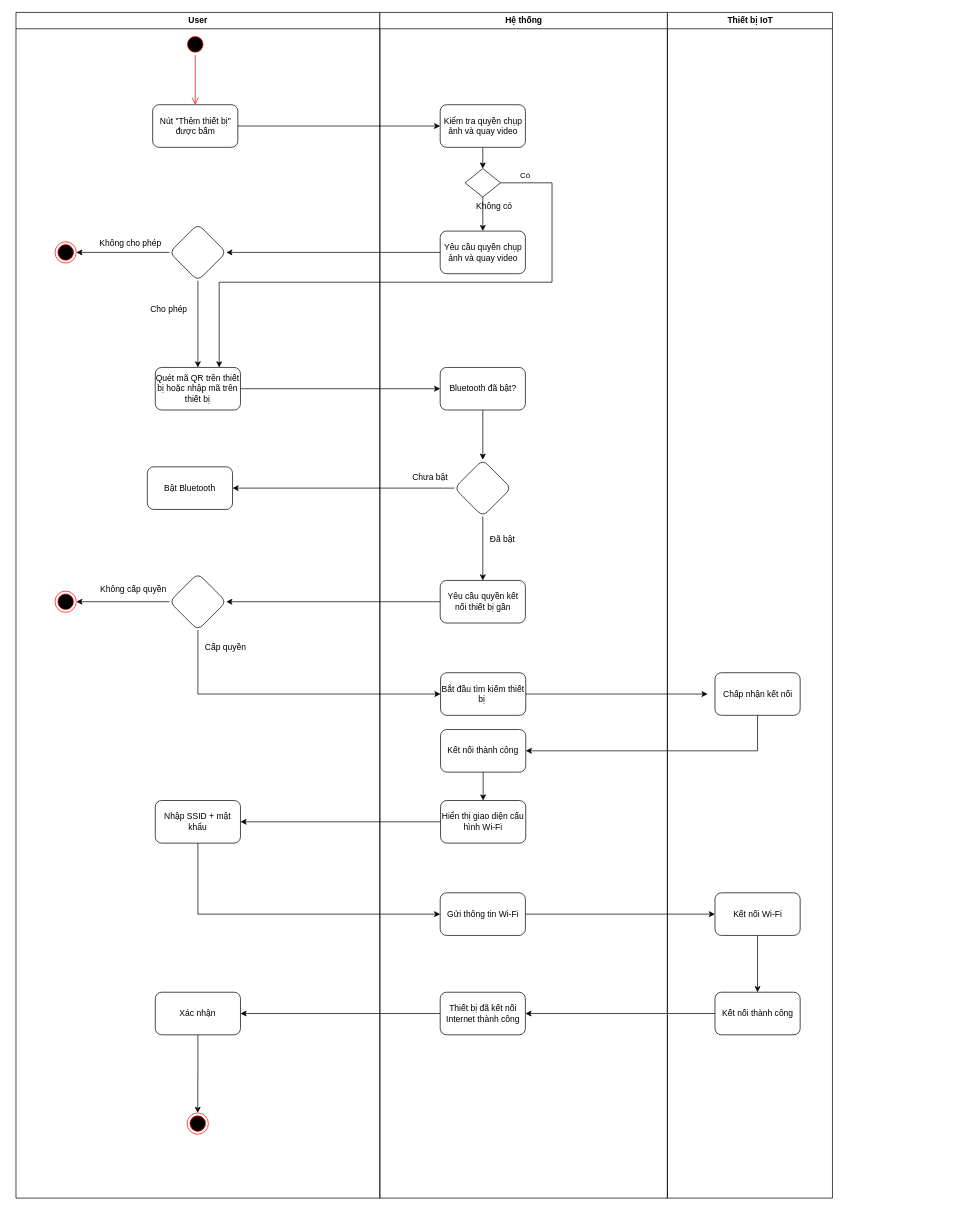
Above: Activity diagram/add_device.drawio in cuongceg/BTL-IT3120 (draw.io), before the change. Source tidied: cells renumbered, new cells numbered last; positions are measured from the earlier drawing's top-left corner, leaving out a move shared by most shapes. Both pictures are drawn from the tidied source at 71%, with x=0, y=0 at pixel (16, 12).
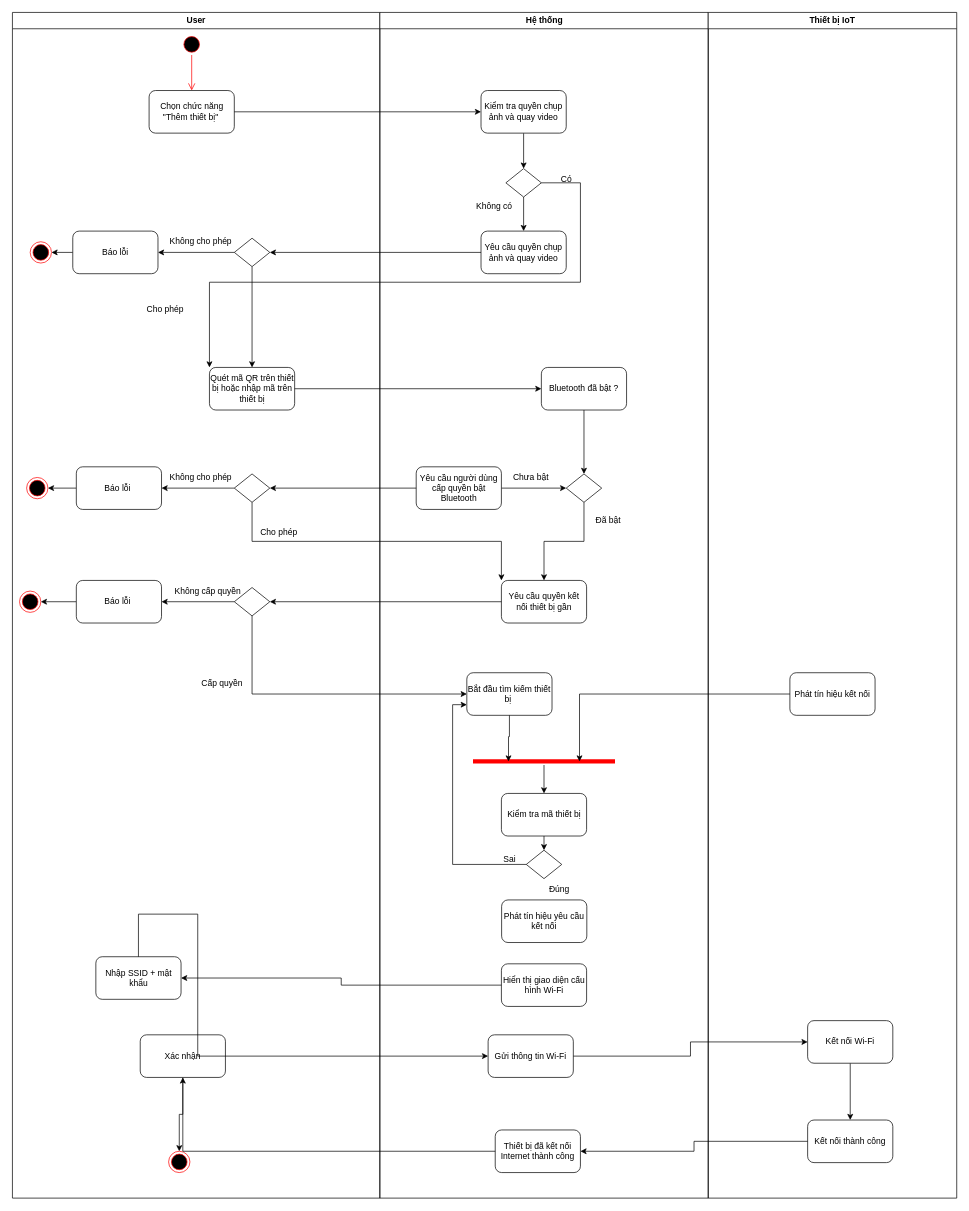
After the change.

Commit message:
Cập nhật add_device.drawio

Diff of the diagram source:
```diff
@@
     <mxCell id="2" value="User" style="swimlane;whiteSpace=wrap;html=1;" parent="1" vertex="1">
-      <mxGeometry width="512.5" height="1670" as="geometry" />
+      <mxGeometry x="-5" width="517.5" height="1670" as="geometry" />
     </mxCell>
@@
-    <mxCell id="5" value="Nút &quot;Thêm thiết bị&quot; được bấm" style="rounded=1;whiteSpace=wrap;html=1;" parent="2" vertex="1">
-      <mxGeometry x="192.5" y="130" width="120" height="60" as="geometry" />
+    <mxCell id="5" value="Chọn chức năng &quot;Thêm thiết bị&quot;&amp;nbsp;" style="rounded=1;whiteSpace=wrap;html=1;" parent="2" vertex="1">
+      <mxGeometry x="192.5" y="110" width="120" height="60" as="geometry" />
     </mxCell>
-    <mxCell id="6" style="edgeStyle=orthogonalEdgeStyle;rounded=0;jettySize=auto;html=1;" parent="2" edge="1" source="8" target="9">
+    <mxCell id="6" style="edgeStyle=orthogonalEdgeStyle;rounded=0;jettySize=auto;html=1;exitX=0.5;exitY=1;exitDx=0;exitDy=0;" parent="2" edge="1" source="64" target="9">
       <mxGeometry relative="1" as="geometry" />
     </mxCell>
-    <mxCell id="7" style="edgeStyle=orthogonalEdgeStyle;rounded=0;jettySize=auto;html=1;exitX=0;exitY=0.5;exitDx=0;exitDy=0;entryX=1;entryY=0.5;entryDx=0;entryDy=0;" parent="2" edge="1" source="8" target="10">
-      <mxGeometry relative="1" as="geometry" />
-    </mxCell>
-    <mxCell id="8" style="rhombus;whiteSpace=wrap;html=1;rounded=1;" parent="2" vertex="1">
-      <mxGeometry x="216.2" y="298" width="80" height="80" as="geometry" />
-    </mxCell>
     <mxCell id="9" value="Quét mã QR trên thiết bị hoặc nhập mã trên thiết bị" style="whiteSpace=wrap;html=1;rounded=1;" parent="2" vertex="1">
-      <mxGeometry x="196.2" y="500" width="120" height="60" as="geometry" />
+      <mxGeometry x="277.5" y="500" width="120" height="60" as="geometry" />
     </mxCell>
     <mxCell id="10" style="ellipse;html=1;shape=endState;fillColor=#000000;strokeColor=#ff0000;" parent="2" vertex="1">
-      <mxGeometry x="55" y="323" width="30" height="30" as="geometry" />
+      <mxGeometry x="25" y="323" width="30" height="30" as="geometry" />
     </mxCell>
     <mxCell id="11" value="Không cho phép" style="text;html=1;align=center;verticalAlign=middle;strokeColor=none;fillColor=none;" parent="2" vertex="1">
-      <mxGeometry x="106.2" y="310" width="110" height="30" as="geometry" />
+      <mxGeometry x="210" y="308" width="110" height="30" as="geometry" />
     </mxCell>
@@
-    <mxCell id="13" value="Bật Bluetooth" style="whiteSpace=wrap;html=1;rounded=1;" parent="2" vertex="1">
-      <mxGeometry x="185" y="640" width="120" height="60" as="geometry" />
-    </mxCell>
-    <mxCell id="14" style="edgeStyle=orthogonalEdgeStyle;rounded=0;jettySize=auto;html=1;exitX=0;exitY=0.5;exitDx=0;exitDy=0;entryX=1;entryY=0.5;entryDx=0;entryDy=0;" parent="2" edge="1" source="15" target="16">
-      <mxGeometry relative="1" as="geometry" />
-    </mxCell>
-    <mxCell id="15" style="rhombus;whiteSpace=wrap;html=1;rounded=1;" parent="2" vertex="1">
-      <mxGeometry x="216.2" y="790" width="80" height="80" as="geometry" />
-    </mxCell>
     <mxCell id="16" style="ellipse;html=1;shape=endState;fillColor=#000000;strokeColor=#ff0000;" parent="2" vertex="1">
-      <mxGeometry x="55" y="815" width="30" height="30" as="geometry" />
+      <mxGeometry x="10" y="815" width="30" height="30" as="geometry" />
     </mxCell>
     <mxCell id="17" value="Cấp quyền" style="text;html=1;align=center;verticalAlign=middle;strokeColor=none;fillColor=none;" parent="2" vertex="1">
-      <mxGeometry x="255" y="880" width="80" height="30" as="geometry" />
+      <mxGeometry x="255" y="930" width="80" height="30" as="geometry" />
     </mxCell>
     <mxCell id="18" value="Nhập SSID + mật khẩu" style="whiteSpace=wrap;html=1;rounded=1;" parent="2" vertex="1">
-      <mxGeometry x="196.2" y="1110" width="120" height="60" as="geometry" />
+      <mxGeometry x="117.5" y="1330" width="120" height="60" as="geometry" />
     </mxCell>
@@
     <mxCell id="20" value="Xác nhận" style="whiteSpace=wrap;html=1;rounded=1;" parent="2" vertex="1">
-      <mxGeometry x="196.2" y="1380" width="120" height="60" as="geometry" />
+      <mxGeometry x="180" y="1440" width="120" height="60" as="geometry" />
     </mxCell>
     <mxCell id="21" style="ellipse;html=1;shape=endState;fillColor=#000000;strokeColor=#ff0000;" parent="2" vertex="1">
-      <mxGeometry x="241" y="1550" width="30" height="30" as="geometry" />
+      <mxGeometry x="220" y="1604" width="30" height="30" as="geometry" />
     </mxCell>
+    <mxCell id="63" style="edgeStyle=orthogonalEdgeStyle;rounded=0;jettySize=auto;html=1;exitX=0;exitY=0.5;exitDx=0;exitDy=0;entryX=1;entryY=0.5;entryDx=0;entryDy=0;" parent="2" edge="1" source="64" target="72">
+      <mxGeometry relative="1" as="geometry" />
+    </mxCell>
+    <mxCell id="64" style="rhombus;whiteSpace=wrap;html=1;" parent="2" vertex="1">
+      <mxGeometry x="312.5" y="318" width="50" height="40" as="geometry" />
+    </mxCell>
+    <mxCell id="65" style="edgeStyle=orthogonalEdgeStyle;rounded=0;jettySize=auto;html=1;exitX=0;exitY=0.5;exitDx=0;exitDy=0;entryX=1;entryY=0.5;entryDx=0;entryDy=0;" parent="2" edge="1" source="66" target="77">
+      <mxGeometry relative="1" as="geometry" />
+    </mxCell>
+    <mxCell id="66" style="rhombus;whiteSpace=wrap;html=1;" parent="2" vertex="1">
+      <mxGeometry x="312.5" y="810" width="50" height="40" as="geometry" />
+    </mxCell>
+    <mxCell id="49" value="Không cấp quyền" style="text;html=1;align=center;verticalAlign=middle;strokeColor=none;fillColor=none;" parent="2" vertex="1">
+      <mxGeometry x="215" y="800" width="120" height="30" as="geometry" />
+    </mxCell>
+    <mxCell id="67" style="edgeStyle=orthogonalEdgeStyle;rounded=0;jettySize=auto;html=1;exitX=0;exitY=0.5;exitDx=0;exitDy=0;entryX=1;entryY=0.5;entryDx=0;entryDy=0;" parent="2" edge="1" source="68" target="75">
+      <mxGeometry relative="1" as="geometry" />
+    </mxCell>
+    <mxCell id="68" style="rhombus;whiteSpace=wrap;html=1;" parent="2" vertex="1">
+      <mxGeometry x="312.5" y="650" width="50" height="40" as="geometry" />
+    </mxCell>
+    <mxCell id="69" style="ellipse;html=1;shape=endState;fillColor=#000000;strokeColor=#ff0000;" parent="2" vertex="1">
+      <mxGeometry x="20" y="655" width="30" height="30" as="geometry" />
+    </mxCell>
+    <mxCell id="70" value="Cho phép" style="text;html=1;align=center;verticalAlign=middle;strokeColor=none;fillColor=none;" parent="2" vertex="1">
+      <mxGeometry x="335" y="718" width="80" height="30" as="geometry" />
+    </mxCell>
+    <mxCell id="71" style="edgeStyle=orthogonalEdgeStyle;rounded=0;jettySize=auto;html=1;exitX=0;exitY=0.5;exitDx=0;exitDy=0;entryX=1;entryY=0.5;entryDx=0;entryDy=0;" parent="2" edge="1" source="72" target="10">
+      <mxGeometry relative="1" as="geometry" />
+    </mxCell>
+    <mxCell id="72" value="Báo lỗi" style="rounded=1;whiteSpace=wrap;html=1;" parent="2" vertex="1">
+      <mxGeometry x="85" y="308" width="120" height="60" as="geometry" />
+    </mxCell>
+    <mxCell id="73" value="Không cho phép" style="text;html=1;align=center;verticalAlign=middle;strokeColor=none;fillColor=none;" parent="2" vertex="1">
+      <mxGeometry x="210" y="640" width="110" height="30" as="geometry" />
+    </mxCell>
+    <mxCell id="74" style="edgeStyle=orthogonalEdgeStyle;rounded=0;jettySize=auto;html=1;exitX=0;exitY=0.5;exitDx=0;exitDy=0;entryX=1;entryY=0.5;entryDx=0;entryDy=0;" parent="2" edge="1" source="75" target="69">
+      <mxGeometry relative="1" as="geometry" />
+    </mxCell>
+    <mxCell id="75" value="Báo lỗi&amp;nbsp;" style="rounded=1;whiteSpace=wrap;html=1;" parent="2" vertex="1">
+      <mxGeometry x="90" y="640" width="120" height="60" as="geometry" />
+    </mxCell>
+    <mxCell id="76" style="edgeStyle=orthogonalEdgeStyle;rounded=0;jettySize=auto;html=1;exitX=0;exitY=0.5;exitDx=0;exitDy=0;entryX=1;entryY=0.5;entryDx=0;entryDy=0;" parent="2" edge="1" source="77" target="16">
+      <mxGeometry relative="1" as="geometry" />
+    </mxCell>
+    <mxCell id="77" value="Báo lỗi&amp;nbsp;" style="rounded=1;whiteSpace=wrap;html=1;" parent="2" vertex="1">
+      <mxGeometry x="90" y="800" width="120" height="60" as="geometry" />
+    </mxCell>
     <mxCell id="22" value="Hệ thống" style="swimlane;whiteSpace=wrap;html=1;" parent="1" vertex="1">
-      <mxGeometry x="512.5" width="405" height="1670" as="geometry" />
+      <mxGeometry x="512.5" width="462.5" height="1670" as="geometry" />
     </mxCell>
     <mxCell id="23" style="rhombus;whiteSpace=wrap;html=1;" parent="22" vertex="1">
-      <mxGeometry x="120" y="220" width="50" height="40" as="geometry" />
+      <mxGeometry x="177.5" y="220" width="50" height="40" as="geometry" />
     </mxCell>
+    <mxCell id="78" style="edgeStyle=orthogonalEdgeStyle;rounded=0;jettySize=auto;html=1;exitX=0.5;exitY=1;exitDx=0;exitDy=0;entryX=0.5;entryY=0;entryDx=0;entryDy=0;" parent="22" edge="1" source="24" target="79">
+      <mxGeometry relative="1" as="geometry" />
+    </mxCell>
-    <mxCell id="24" value="Bluetooth đã bật?" style="whiteSpace=wrap;html=1;rounded=1;" parent="22" vertex="1">
-      <mxGeometry x="85" y="500" width="120" height="60" as="geometry" />
+    <mxCell id="24" value="Bluetooth đã bật ?" style="whiteSpace=wrap;html=1;rounded=1;" parent="22" vertex="1">
+      <mxGeometry x="227.5" y="500" width="120" height="60" as="geometry" />
     </mxCell>
@@
     <mxCell id="26" value="Kiểm tra quyền chụp ảnh và quay video" style="whiteSpace=wrap;html=1;rounded=1;" parent="22" vertex="1">
-      <mxGeometry x="85" y="130" width="120" height="60" as="geometry" />
+      <mxGeometry x="142.5" y="110" width="120" height="60" as="geometry" />
     </mxCell>
     <mxCell id="27" value="Yêu cầu quyền chụp ảnh và quay video" style="rounded=1;whiteSpace=wrap;html=1;" parent="22" vertex="1">
-      <mxGeometry x="85" y="308" width="120" height="60" as="geometry" />
+      <mxGeometry x="142.5" y="308" width="120" height="60" as="geometry" />
     </mxCell>
@@
-    <mxCell id="29" style="edgeStyle=orthogonalEdgeStyle;rounded=0;jettySize=auto;html=1;" parent="22" edge="1" source="30" target="33">
+    <mxCell id="29" style="edgeStyle=orthogonalEdgeStyle;rounded=0;jettySize=auto;html=1;exitX=0.5;exitY=1;exitDx=0;exitDy=0;" parent="22" edge="1" source="79" target="33">
       <mxGeometry relative="1" as="geometry" />
     </mxCell>
-    <mxCell id="30" style="rhombus;whiteSpace=wrap;html=1;rounded=1;" parent="22" vertex="1">
-      <mxGeometry x="105" y="630" width="80" height="80" as="geometry" />
-    </mxCell>
-    <mxCell id="31" style="edgeStyle=orthogonalEdgeStyle;rounded=0;jettySize=auto;html=1;" parent="22" edge="1" source="24" target="30">
-      <mxGeometry relative="1" as="geometry">
-        <Array as="points">
-          <mxPoint x="152.5" y="670" />
-        </Array>
-      </mxGeometry>
-    </mxCell>
     <mxCell id="32" value="Chưa bật" style="text;html=1;align=center;verticalAlign=middle;strokeColor=none;fillColor=none;" parent="22" vertex="1">
-      <mxGeometry x="35" y="640" width="70" height="30" as="geometry" />
+      <mxGeometry x="177.5" y="640" width="70" height="30" as="geometry" />
     </mxCell>
     <mxCell id="33" value="Yêu cầu quyền kết nối thiết bị gần" style="whiteSpace=wrap;html=1;rounded=1;" parent="22" vertex="1">
-      <mxGeometry x="85" y="800" width="120" height="60" as="geometry" />
+      <mxGeometry x="171.2" y="800" width="120" height="60" as="geometry" />
     </mxCell>
     <mxCell id="34" value="Bắt đầu tìm kiếm thiết bị&amp;nbsp;" style="rounded=1;whiteSpace=wrap;html=1;" parent="22" vertex="1">
-      <mxGeometry x="85.5" y="930" width="120" height="60" as="geometry" />
+      <mxGeometry x="122.5" y="930" width="120" height="60" as="geometry" />
     </mxCell>
-    <mxCell id="35" value="Kết nối thành công" style="whiteSpace=wrap;html=1;rounded=1;" parent="22" vertex="1">
-      <mxGeometry x="85.5" y="1010" width="120" height="60" as="geometry" />
-    </mxCell>
     <mxCell id="36" value="Hiển thị giao diện cấu hình Wi-Fi" style="whiteSpace=wrap;html=1;rounded=1;" parent="22" vertex="1">
-      <mxGeometry x="85.5" y="1110" width="120" height="60" as="geometry" />
+      <mxGeometry x="171.2" y="1340" width="120" height="60" as="geometry" />
     </mxCell>
-    <mxCell id="37" style="edgeStyle=orthogonalEdgeStyle;rounded=0;jettySize=auto;html=1;" parent="22" edge="1" source="35" target="36">
-      <mxGeometry relative="1" as="geometry" />
-    </mxCell>
     <mxCell id="38" value="Gửi thông tin Wi-Fi" style="whiteSpace=wrap;html=1;rounded=1;" parent="22" vertex="1">
-      <mxGeometry x="85" y="1240" width="120" height="60" as="geometry" />
+      <mxGeometry x="152.5" y="1440" width="120" height="60" as="geometry" />
     </mxCell>
     <mxCell id="39" value="Thiết bị đã kết nối Internet thành công" style="whiteSpace=wrap;html=1;rounded=1;" parent="22" vertex="1">
-      <mxGeometry x="85" y="1380" width="120" height="60" as="geometry" />
+      <mxGeometry x="162.5" y="1574" width="120" height="60" as="geometry" />
     </mxCell>
+    <mxCell id="44" value="Có" style="text;html=1;align=center;verticalAlign=middle;strokeColor=none;fillColor=none;" parent="22" vertex="1">
+      <mxGeometry x="242.5" y="220" width="40" height="30" as="geometry" />
+    </mxCell>
+    <mxCell id="79" style="rhombus;whiteSpace=wrap;html=1;" parent="22" vertex="1">
+      <mxGeometry x="262.5" y="650" width="50" height="40" as="geometry" />
+    </mxCell>
+    <mxCell id="80" style="edgeStyle=orthogonalEdgeStyle;rounded=0;jettySize=auto;html=1;exitX=1;exitY=0.5;exitDx=0;exitDy=0;entryX=0;entryY=0.5;entryDx=0;entryDy=0;" parent="22" edge="1" source="81" target="79">
+      <mxGeometry relative="1" as="geometry" />
+    </mxCell>
+    <mxCell id="81" value="Yêu cầu người dùng cấp quyền bật Bluetooth" style="rounded=1;whiteSpace=wrap;html=1;" parent="22" vertex="1">
+      <mxGeometry x="51.2" y="640" width="120" height="60" as="geometry" />
+    </mxCell>
+    <mxCell id="47" value="Đã bật" style="text;html=1;align=center;verticalAlign=middle;strokeColor=none;fillColor=none;" parent="22" vertex="1">
+      <mxGeometry x="291.2" y="700" width="60" height="30" as="geometry" />
+    </mxCell>
+    <mxCell id="82" style="shape=line;html=1;strokeWidth=6;strokeColor=#ff0000;" parent="22" vertex="1">
+      <mxGeometry x="131.2" y="1050" width="200" height="10" as="geometry" />
+    </mxCell>
+    <mxCell id="83" style="edgeStyle=orthogonalEdgeStyle;rounded=0;jettySize=auto;html=1;exitX=0.5;exitY=1;exitDx=0;exitDy=0;entryX=0.25;entryY=0.5;entryDx=0;entryDy=0;entryPerimeter=0;" parent="22" edge="1" source="34" target="82">
+      <mxGeometry relative="1" as="geometry" />
+    </mxCell>
+    <mxCell id="84" style="edgeStyle=orthogonalEdgeStyle;rounded=0;jettySize=auto;html=1;" parent="22" edge="1" source="82" target="86">
+      <mxGeometry relative="1" as="geometry" />
+    </mxCell>
+    <mxCell id="85" style="edgeStyle=orthogonalEdgeStyle;rounded=0;jettySize=auto;html=1;exitX=0.5;exitY=1;exitDx=0;exitDy=0;entryX=0.5;entryY=0;entryDx=0;entryDy=0;" parent="22" edge="1" source="86" target="88">
+      <mxGeometry relative="1" as="geometry" />
+    </mxCell>
+    <mxCell id="86" value="Kiểm tra mã thiết bị" style="rounded=1;whiteSpace=wrap;html=1;" parent="22" vertex="1">
+      <mxGeometry x="171.2" y="1100" width="120" height="60" as="geometry" />
+    </mxCell>
+    <mxCell id="87" style="edgeStyle=orthogonalEdgeStyle;rounded=0;jettySize=auto;html=1;exitX=0;exitY=0.5;exitDx=0;exitDy=0;entryX=0;entryY=0.75;entryDx=0;entryDy=0;" parent="22" edge="1" source="88" target="34">
+      <mxGeometry relative="1" as="geometry" />
+    </mxCell>
+    <mxCell id="88" style="rhombus;whiteSpace=wrap;html=1;" parent="22" vertex="1">
+      <mxGeometry x="206.2" y="1180" width="50" height="40" as="geometry" />
+    </mxCell>
+    <mxCell id="89" value="Đúng" style="text;html=1;align=center;verticalAlign=middle;strokeColor=none;fillColor=none;" parent="22" vertex="1">
+      <mxGeometry x="227.5" y="1220" width="50" height="30" as="geometry" />
+    </mxCell>
+    <mxCell id="90" value="Sai" style="text;html=1;align=center;verticalAlign=middle;strokeColor=none;fillColor=none;" parent="22" vertex="1">
+      <mxGeometry x="162.5" y="1178" width="40" height="30" as="geometry" />
+    </mxCell>
+    <mxCell id="91" value="Phát tín hiệu yêu cầu kết nối" style="rounded=1;whiteSpace=wrap;html=1;" parent="22" vertex="1">
+      <mxGeometry x="171.5" y="1250" width="120" height="60" as="geometry" />
+    </mxCell>
-    <mxCell id="40" style="edgeStyle=orthogonalEdgeStyle;rounded=0;jettySize=auto;html=1;" parent="1" edge="1" source="27" target="8">
+    <mxCell id="40" style="edgeStyle=orthogonalEdgeStyle;rounded=0;jettySize=auto;html=1;entryX=1;entryY=0.5;entryDx=0;entryDy=0;" parent="1" edge="1" source="27" target="64">
       <mxGeometry relative="1" as="geometry" />
     </mxCell>
@@
-    <mxCell id="43" style="edgeStyle=orthogonalEdgeStyle;rounded=0;jettySize=auto;html=1;exitX=1;exitY=0.5;exitDx=0;exitDy=0;entryX=0.75;entryY=0;entryDx=0;entryDy=0;" parent="1" edge="1" source="23" target="9">
-      <mxGeometry relative="1" as="geometry">
-        <Array as="points">
-          <mxPoint x="755" y="240" />
-          <mxPoint x="755" y="380" />
-          <mxPoint x="286" y="380" />
-        </Array>
-      </mxGeometry>
-    </mxCell>
-    <mxCell id="44" value="Có" style="edgeLabel;html=1;align=center;verticalAlign=middle;" parent="43" vertex="1">
-      <mxGeometry x="-0.93" y="12" relative="1" as="geometry">
-        <mxPoint x="6" as="offset" />
-      </mxGeometry>
-    </mxCell>
@@
-    <mxCell id="46" style="edgeStyle=orthogonalEdgeStyle;rounded=0;jettySize=auto;html=1;" parent="1" edge="1" source="30" target="13">
-      <mxGeometry relative="1" as="geometry" />
-    </mxCell>
-    <mxCell id="47" value="Đã bật" style="text;html=1;align=center;verticalAlign=middle;strokeColor=none;fillColor=none;" parent="1" vertex="1">
-      <mxGeometry x="655" y="728" width="60" height="30" as="geometry" />
-    </mxCell>
-    <mxCell id="48" style="edgeStyle=orthogonalEdgeStyle;rounded=0;jettySize=auto;html=1;" parent="1" edge="1" source="33" target="15">
+    <mxCell id="48" style="edgeStyle=orthogonalEdgeStyle;rounded=0;jettySize=auto;html=1;entryX=1;entryY=0.5;entryDx=0;entryDy=0;" parent="1" edge="1" source="33" target="66">
       <mxGeometry relative="1" as="geometry" />
     </mxCell>
-    <mxCell id="49" value="Không cấp quyền" style="text;html=1;align=center;verticalAlign=middle;strokeColor=none;fillColor=none;" parent="1" vertex="1">
-      <mxGeometry x="105" y="798" width="120" height="30" as="geometry" />
-    </mxCell>
-    <mxCell id="50" style="edgeStyle=orthogonalEdgeStyle;rounded=0;jettySize=auto;html=1;exitX=0.5;exitY=1;exitDx=0;exitDy=0;entryX=0;entryY=0.5;entryDx=0;entryDy=0;" parent="1" edge="1" source="15" target="34">
+    <mxCell id="50" style="edgeStyle=orthogonalEdgeStyle;rounded=0;jettySize=auto;html=1;exitX=0.5;exitY=1;exitDx=0;exitDy=0;entryX=0;entryY=0.5;entryDx=0;entryDy=0;" parent="1" edge="1" source="66" target="34">
       <mxGeometry relative="1" as="geometry" />
     </mxCell>
     <mxCell id="51" value="Thiết bị IoT" style="swimlane;whiteSpace=wrap;html=1;" parent="1" vertex="1">
-      <mxGeometry x="917.5" width="232.5" height="1670" as="geometry" />
+      <mxGeometry x="975" width="350" height="1670" as="geometry" />
     </mxCell>
-    <mxCell id="52" value="Chấp nhận kết nối" style="rounded=1;whiteSpace=wrap;html=1;" parent="51" vertex="1">
-      <mxGeometry x="67" y="930" width="120" height="60" as="geometry" />
+    <mxCell id="52" value="Phát tín hiệu kết nối" style="rounded=1;whiteSpace=wrap;html=1;" parent="51" vertex="1">
+      <mxGeometry x="115" y="930" width="120" height="60" as="geometry" />
     </mxCell>
@@
     <mxCell id="54" value="Kết nối Wi-Fi" style="whiteSpace=wrap;html=1;rounded=1;" parent="51" vertex="1">
-      <mxGeometry x="67" y="1240" width="120" height="60" as="geometry" />
+      <mxGeometry x="140" y="1420" width="120" height="60" as="geometry" />
     </mxCell>
     <mxCell id="55" value="Kết nối thành công" style="whiteSpace=wrap;html=1;rounded=1;" parent="51" vertex="1">
-      <mxGeometry x="67" y="1380" width="120" height="60" as="geometry" />
+      <mxGeometry x="140" y="1560" width="120" height="60" as="geometry" />
     </mxCell>
-    <mxCell id="56" style="edgeStyle=orthogonalEdgeStyle;rounded=0;jettySize=auto;html=1;" parent="1" edge="1" source="34">
-      <mxGeometry relative="1" as="geometry">
-        <mxPoint x="974.2" y="960" as="targetPoint" />
-      </mxGeometry>
-    </mxCell>
-    <mxCell id="57" style="edgeStyle=orthogonalEdgeStyle;rounded=0;jettySize=auto;html=1;exitX=0.5;exitY=1;exitDx=0;exitDy=0;entryX=1;entryY=0.5;entryDx=0;entryDy=0;" parent="1" edge="1" source="52" target="35">
-      <mxGeometry relative="1" as="geometry" />
-    </mxCell>
@@
+    <mxCell id="92" style="edgeStyle=orthogonalEdgeStyle;rounded=0;jettySize=auto;html=1;exitX=0;exitY=0.5;exitDx=0;exitDy=0;entryX=1;entryY=0.5;entryDx=0;entryDy=0;" parent="1" edge="1" source="81" target="68">
+      <mxGeometry relative="1" as="geometry" />
+    </mxCell>
+    <mxCell id="93" style="edgeStyle=orthogonalEdgeStyle;rounded=0;jettySize=auto;html=1;exitX=0.5;exitY=1;exitDx=0;exitDy=0;entryX=0;entryY=0;entryDx=0;entryDy=0;" parent="1" edge="1" source="68" target="33">
+      <mxGeometry relative="1" as="geometry">
+        <Array as="points">
+          <mxPoint x="332" y="745" />
+          <mxPoint x="684" y="745" />
+        </Array>
+      </mxGeometry>
+    </mxCell>
+    <mxCell id="43" style="edgeStyle=orthogonalEdgeStyle;rounded=0;jettySize=auto;html=1;exitX=1;exitY=0.5;exitDx=0;exitDy=0;entryX=0;entryY=0;entryDx=0;entryDy=0;" parent="1" edge="1" source="23" target="9">
+      <mxGeometry relative="1" as="geometry">
+        <Array as="points">
+          <mxPoint x="795" y="240" />
+          <mxPoint x="795" y="380" />
+          <mxPoint x="272" y="380" />
+        </Array>
+      </mxGeometry>
+    </mxCell>
+    <mxCell id="94" style="edgeStyle=orthogonalEdgeStyle;rounded=0;jettySize=auto;html=1;exitX=0;exitY=0.5;exitDx=0;exitDy=0;entryX=0.75;entryY=0.5;entryDx=0;entryDy=0;entryPerimeter=0;" parent="1" edge="1" source="52" target="82">
+      <mxGeometry relative="1" as="geometry" />
+    </mxCell>
```
